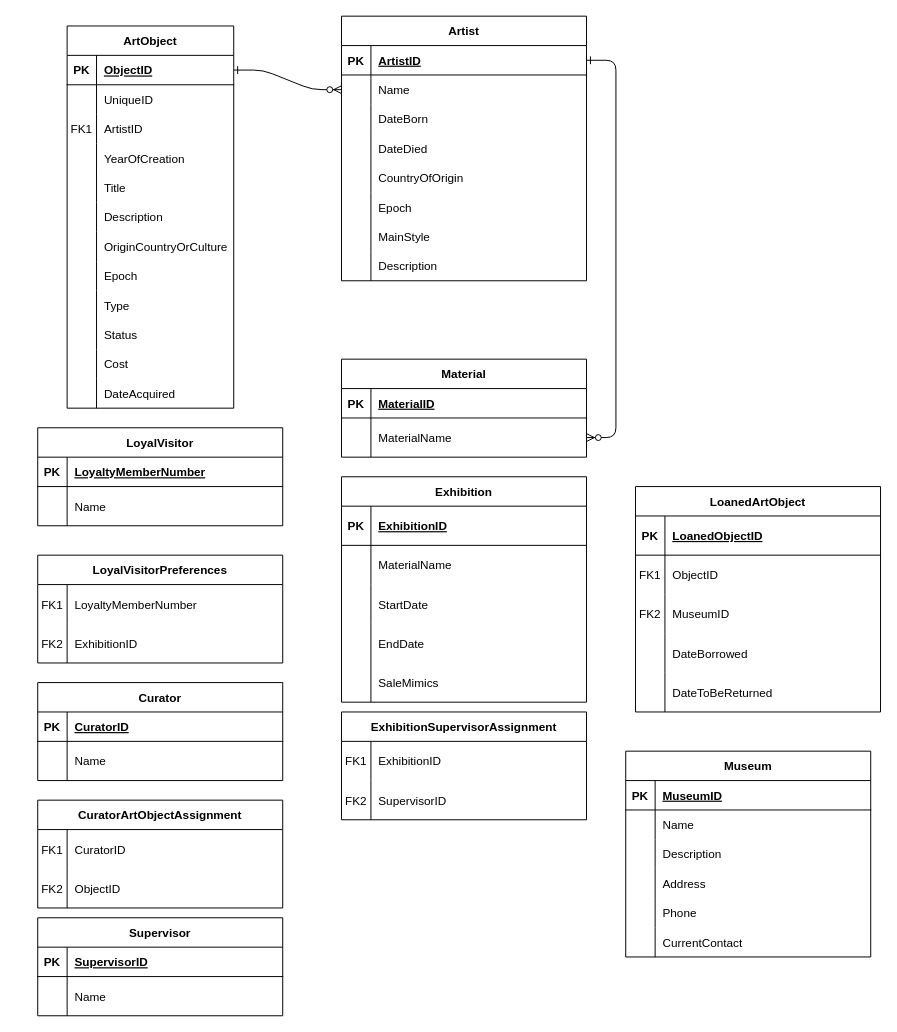
Above: 未命名绘图.drawio in QingyangZeng-121/dat (draw.io), before the change. Source tidied: cells renumbered, new cells numbered last; positions are measured from the earlier drawing's top-left corner, leaving out a move shared by most shapes. Both pictures are drawn from the tidied source at 98%, with x=0, y=0 at pixel (37, 16).
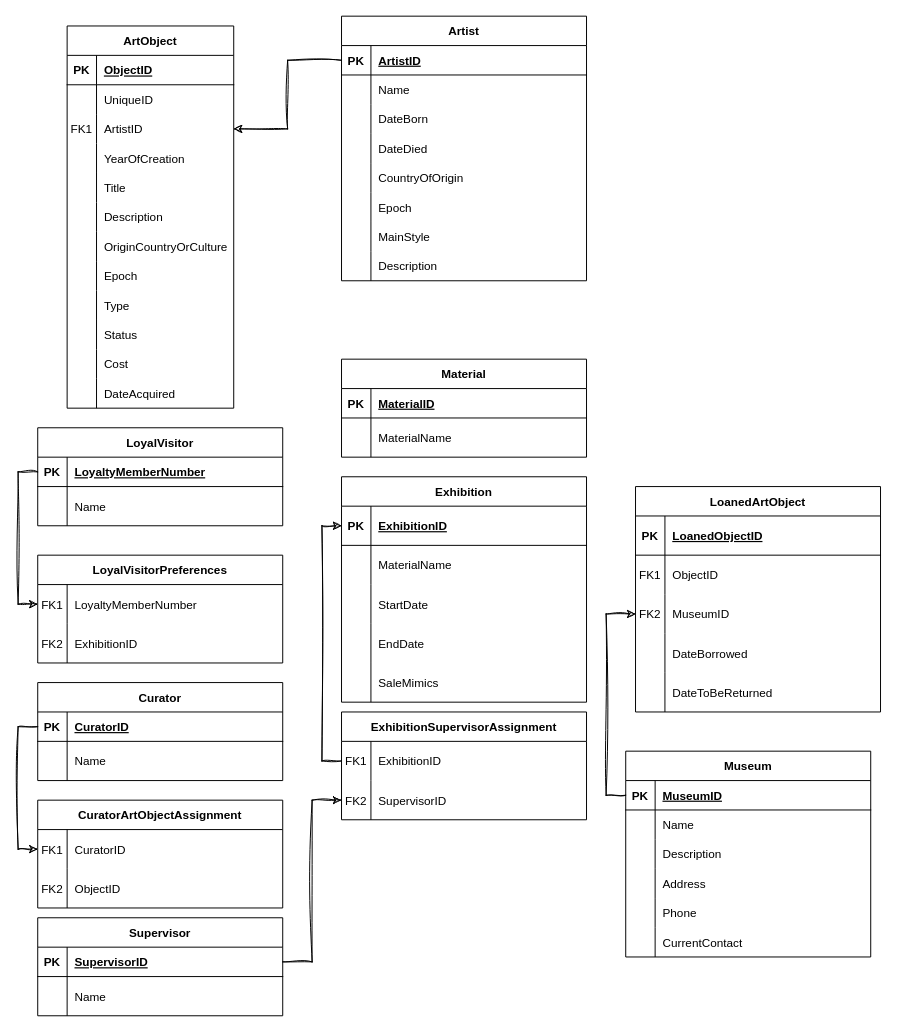
The same diagram, later.

Commit message:
更新未命名绘图.drawio

Unchanged cells that the change refers to:
```xml
<mxCell id="5" style="shape=partialRectangle;fillColor=none;points=[[0,0.5],[1,0.5]];portConstraint=eastwest;top=0;left=0;right=0;bottom=1;" parent="4" vertex="1">
  <mxGeometry y="30" width="250" height="30" as="geometry" />
</mxCell>
<mxCell id="8" style="shape=partialRectangle;fillColor=none;points=[[0,0.5],[1,0.5]];portConstraint=eastwest;top=0;left=0;right=0;bottom=0;" parent="4" vertex="1">
  <mxGeometry y="60" width="250" height="30" as="geometry" />
</mxCell>
<mxCell id="33" style="shape=partialRectangle;fillColor=none;points=[[0,0.5],[1,0.5]];portConstraint=eastwest;top=0;left=0;right=0;bottom=0;" parent="29" vertex="1">
  <mxGeometry y="60" width="250" height="40" as="geometry" />
</mxCell>
<mxCell id="37" style="shape=partialRectangle;fillColor=none;points=[[0,0.5],[1,0.5]];portConstraint=eastwest;top=0;left=0;right=0;bottom=1;" parent="36" vertex="1">
  <mxGeometry y="30" width="170" height="30" as="geometry" />
</mxCell>
<mxCell id="43" style="shape=partialRectangle;fillColor=none;points=[[0,0.5],[1,0.5]];portConstraint=eastwest;top=0;left=0;right=0;bottom=0;" parent="36" vertex="1">
  <mxGeometry y="90" width="170" height="30" as="geometry" />
</mxCell>
<mxCell id="74" style="shape=partialRectangle;fillColor=none;points=[[0,0.5],[1,0.5]];portConstraint=eastwest;top=0;left=0;right=0;bottom=1;" parent="73" vertex="1">
  <mxGeometry y="30" width="250" height="40" as="geometry" />
</mxCell>
<mxCell id="90" style="shape=partialRectangle;fillColor=none;points=[[0,0.5],[1,0.5]];portConstraint=eastwest;top=0;left=0;right=0;bottom=1;" parent="89" vertex="1">
  <mxGeometry y="30" width="250" height="30" as="geometry" />
</mxCell>
<mxCell id="97" style="shape=partialRectangle;fillColor=none;points=[[0,0.5],[1,0.5]];portConstraint=eastwest;top=0;left=0;right=0;bottom=0;" parent="96" vertex="1">
  <mxGeometry y="30" width="250" height="40" as="geometry" />
</mxCell>
<mxCell id="104" style="shape=partialRectangle;fillColor=none;points=[[0,0.5],[1,0.5]];portConstraint=eastwest;top=0;left=0;right=0;bottom=1;" parent="103" vertex="1">
  <mxGeometry y="30" width="250" height="30" as="geometry" />
</mxCell>
<mxCell id="111" style="shape=partialRectangle;fillColor=none;points=[[0,0.5],[1,0.5]];portConstraint=eastwest;top=0;left=0;right=0;bottom=0;" parent="110" vertex="1">
  <mxGeometry y="30" width="250" height="40" as="geometry" />
</mxCell>
<mxCell id="118" style="shape=partialRectangle;fillColor=none;points=[[0,0.5],[1,0.5]];portConstraint=eastwest;top=0;left=0;right=0;bottom=1;" parent="117" vertex="1">
  <mxGeometry y="30" width="250" height="30" as="geometry" />
</mxCell>
<mxCell id="125" style="shape=partialRectangle;fillColor=none;points=[[0,0.5],[1,0.5]];portConstraint=eastwest;top=0;left=0;right=0;bottom=0;" parent="124" vertex="1">
  <mxGeometry y="30" width="250" height="40" as="geometry" />
</mxCell>
<mxCell id="128" style="shape=partialRectangle;fillColor=none;points=[[0,0.5],[1,0.5]];portConstraint=eastwest;top=0;left=0;right=0;bottom=0;" parent="124" vertex="1">
  <mxGeometry y="70" width="250" height="40" as="geometry" />
</mxCell>
<mxCell id="132" style="shape=partialRectangle;fillColor=none;points=[[0,0.5],[1,0.5]];portConstraint=eastwest;top=0;left=0;right=0;bottom=1;" parent="131" vertex="1">
  <mxGeometry y="30" width="250" height="30" as="geometry" />
</mxCell>
<mxCell id="157" style="shape=partialRectangle;fillColor=none;points=[[0,0.5],[1,0.5]];portConstraint=eastwest;top=0;left=0;right=0;bottom=0;" parent="150" vertex="1">
  <mxGeometry y="110" width="250" height="40" as="geometry" />
</mxCell>
```

Change to the diagram source:
```diff
@@
-    <mxCell id="2" style="edgeStyle=entityRelationEdgeStyle;endArrow=ERzeroToMany;startArrow=ERone;endFill=1;startFill=0;" parent="1" edge="1" source="37" target="8">
-      <mxGeometry relative="1" as="geometry" />
-    </mxCell>
-    <mxCell id="3" style="edgeStyle=entityRelationEdgeStyle;endArrow=ERzeroToMany;startArrow=ERone;endFill=1;startFill=0;" parent="1" edge="1" source="5" target="33">
-      <mxGeometry relative="1" as="geometry" />
-    </mxCell>
@@
+    <mxCell id="166" style="edgeStyle=orthogonalEdgeStyle;rounded=0;sketch=1;hachureGap=4;jiggle=2;curveFitting=1;jettySize=auto;html=1;exitX=0;exitY=0.5;exitDx=0;exitDy=0;fontFamily=Architects Daughter;fontSize=16;" parent="1" edge="1" source="5" target="43">
+      <mxGeometry relative="1" as="geometry" />
+    </mxCell>
+    <mxCell id="167" style="edgeStyle=orthogonalEdgeStyle;rounded=0;sketch=1;hachureGap=4;jiggle=2;curveFitting=1;jettySize=auto;html=1;exitX=0;exitY=0.5;exitDx=0;exitDy=0;entryX=0;entryY=0.5;entryDx=0;entryDy=0;fontFamily=Architects Daughter;fontSize=16;" parent="1" edge="1" source="90" target="97">
+      <mxGeometry relative="1" as="geometry" />
+    </mxCell>
+    <mxCell id="168" style="edgeStyle=orthogonalEdgeStyle;rounded=0;sketch=1;hachureGap=4;jiggle=2;curveFitting=1;jettySize=auto;html=1;exitX=0;exitY=0.5;exitDx=0;exitDy=0;entryX=0;entryY=0.5;entryDx=0;entryDy=0;fontFamily=Architects Daughter;fontSize=16;" parent="1" edge="1" source="104" target="111">
+      <mxGeometry relative="1" as="geometry" />
+    </mxCell>
+    <mxCell id="169" style="edgeStyle=orthogonalEdgeStyle;rounded=0;sketch=1;hachureGap=4;jiggle=2;curveFitting=1;jettySize=auto;html=1;exitX=1;exitY=0.5;exitDx=0;exitDy=0;entryX=0;entryY=0.5;entryDx=0;entryDy=0;fontFamily=Architects Daughter;fontSize=16;" parent="1" edge="1" source="118" target="128">
+      <mxGeometry relative="1" as="geometry" />
+    </mxCell>
+    <mxCell id="170" style="edgeStyle=orthogonalEdgeStyle;rounded=0;sketch=1;hachureGap=4;jiggle=2;curveFitting=1;jettySize=auto;html=1;exitX=0;exitY=0.5;exitDx=0;exitDy=0;entryX=0;entryY=0.5;entryDx=0;entryDy=0;fontFamily=Architects Daughter;fontSize=16;" parent="1" edge="1" source="132" target="157">
+      <mxGeometry relative="1" as="geometry" />
+    </mxCell>
+    <mxCell id="171" style="edgeStyle=orthogonalEdgeStyle;rounded=0;sketch=1;hachureGap=4;jiggle=2;curveFitting=1;jettySize=auto;html=1;exitX=0;exitY=0.5;exitDx=0;exitDy=0;entryX=0;entryY=0.5;entryDx=0;entryDy=0;fontFamily=Architects Daughter;fontSize=16;" parent="1" edge="1" source="125" target="74">
+      <mxGeometry relative="1" as="geometry" />
+    </mxCell>
```
